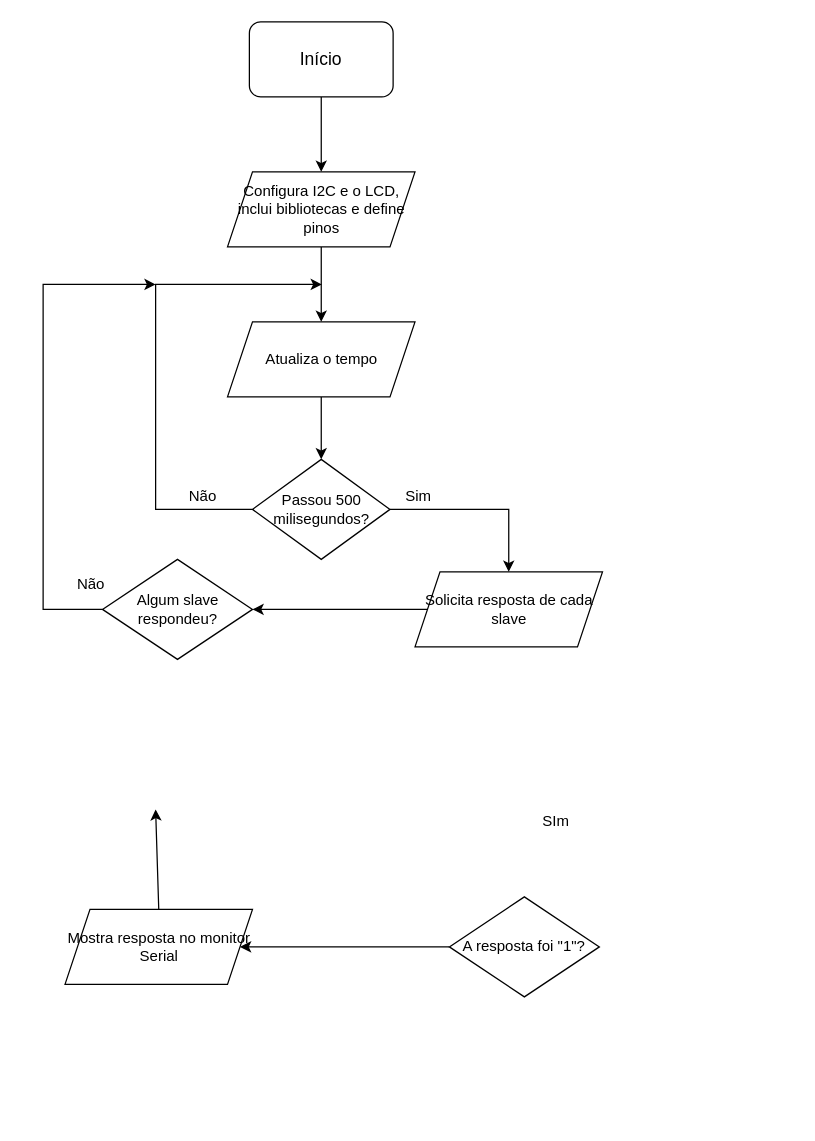
This is MASTERFluxogram.drawio from MDSBC/ESP32_Master_And_MultiplesSlaves, a draw.io file, before an edit. Source tidied: cells renumbered, new cells numbered last; positions are measured from the earlier drawing's top-left corner, leaving out a move shared by most shapes. Both pictures are drawn from the tidied source at 125%, with x=0, y=0 at pixel (42, 21).
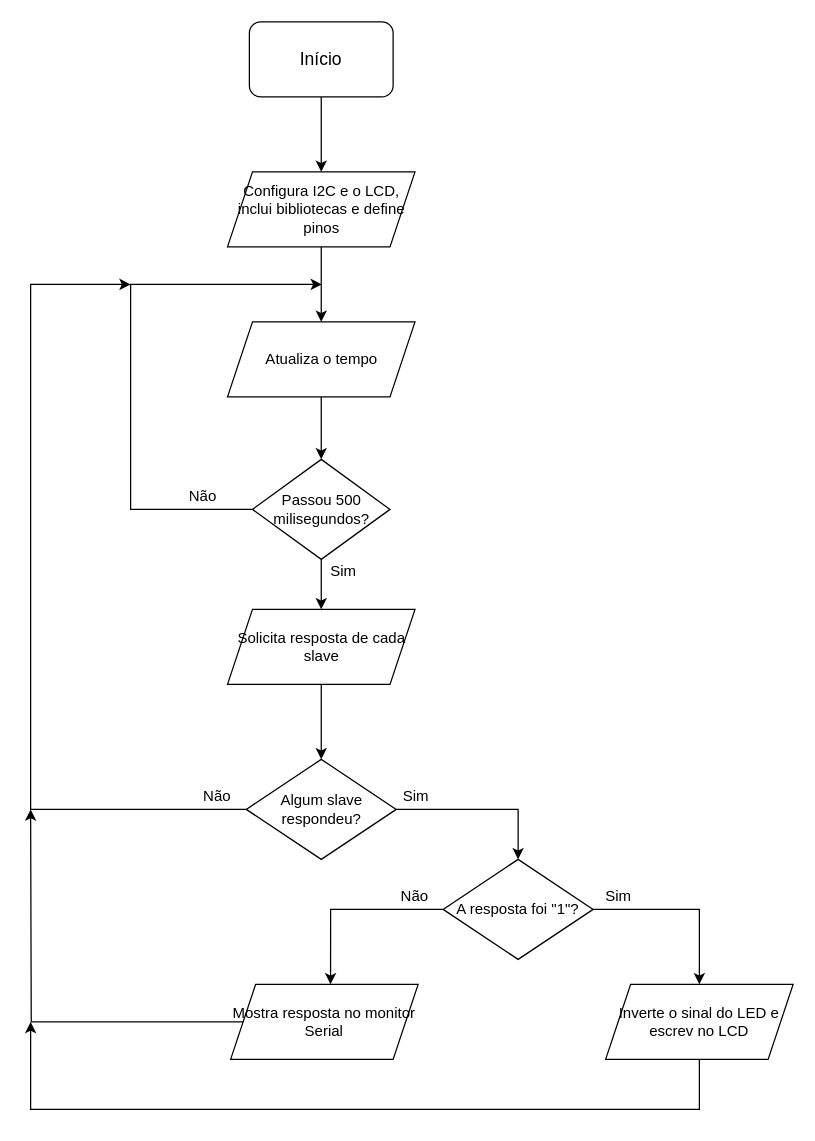
The same diagram, later.

Unchanged cells that the change refers to:
```xml
<mxCell id="8" value="Passou 500 milisegundos?" style="rhombus;whiteSpace=wrap;html=1;" parent="1" vertex="1">
  <mxGeometry x="167.5" y="350" width="110" height="80" as="geometry" />
</mxCell>
```

Change to the diagram source:
```diff
@@
     <mxCell id="6" style="edgeStyle=orthogonalEdgeStyle;rounded=0;jettySize=auto;html=1;" parent="1" edge="1" source="8">
       <mxGeometry relative="1" as="geometry">
         <mxPoint x="223" y="210" as="targetPoint" />
         <Array as="points">
-          <mxPoint x="90" y="390" />
-          <mxPoint x="90" y="210" />
+          <mxPoint x="70" y="390" />
+          <mxPoint x="70" y="210" />
         </Array>
       </mxGeometry>
     </mxCell>
@@
+    <mxCell id="23" style="edgeStyle=orthogonalEdgeStyle;rounded=0;jettySize=auto;html=1;entryX=0.5;entryY=0;entryDx=0;entryDy=0;" parent="1" edge="1" source="15" target="18">
+      <mxGeometry relative="1" as="geometry" />
+    </mxCell>
+    <mxCell id="24" style="edgeStyle=orthogonalEdgeStyle;rounded=0;jettySize=auto;html=1;" parent="1" edge="1" source="15">
+      <mxGeometry relative="1" as="geometry">
+        <mxPoint x="70" y="210" as="targetPoint" />
+        <Array as="points">
+          <mxPoint x="-10" y="630" />
+          <mxPoint x="-10" y="210" />
+        </Array>
+      </mxGeometry>
+    </mxCell>
+    <mxCell id="15" value="Algum slave respondeu?" style="rhombus;whiteSpace=wrap;html=1;" parent="1" vertex="1">
+      <mxGeometry x="162.5" y="590" width="120" height="80" as="geometry" />
+    </mxCell>
+    <mxCell id="17" style="edgeStyle=orthogonalEdgeStyle;rounded=0;jettySize=auto;html=1;entryX=0.533;entryY=0;entryDx=0;entryDy=0;entryPerimeter=0;" parent="1" edge="1" source="18" target="20">
+      <mxGeometry relative="1" as="geometry">
+        <Array as="points">
+          <mxPoint x="230" y="710" />
+        </Array>
+      </mxGeometry>
+    </mxCell>
+    <mxCell id="25" style="edgeStyle=orthogonalEdgeStyle;rounded=0;jettySize=auto;html=1;entryX=0.5;entryY=0;entryDx=0;entryDy=0;" parent="1" edge="1" source="18" target="28">
+      <mxGeometry relative="1" as="geometry" />
+    </mxCell>
+    <mxCell id="18" value="A resposta foi &quot;1&quot;?" style="rhombus;whiteSpace=wrap;html=1;" parent="1" vertex="1">
+      <mxGeometry x="320" y="670" width="120" height="80" as="geometry" />
+    </mxCell>
+    <mxCell id="26" style="edgeStyle=orthogonalEdgeStyle;rounded=0;jettySize=auto;html=1;" parent="1" edge="1" source="20">
+      <mxGeometry relative="1" as="geometry">
+        <mxPoint x="-10" y="630" as="targetPoint" />
+      </mxGeometry>
+    </mxCell>
+    <mxCell id="20" value="Mostra resposta no monitor Serial" style="shape=parallelogram;perimeter=parallelogramPerimeter;whiteSpace=wrap;html=1;fixedSize=1;" parent="1" vertex="1">
+      <mxGeometry x="150" y="770" width="150" height="60" as="geometry" />
+    </mxCell>
+    <mxCell id="22" value="Sim" style="text;html=1;align=center;verticalAlign=middle;strokeColor=none;fillColor=none;" parent="1" vertex="1">
+      <mxGeometry x="220" y="430" width="40" height="20" as="geometry" />
+    </mxCell>
-    <mxCell id="12" style="edgeStyle=orthogonalEdgeStyle;rounded=0;jettySize=auto;html=1;entryX=1;entryY=0.5;entryDx=0;entryDy=0;" parent="1" edge="1" source="13" target="15">
+    <mxCell id="12" style="edgeStyle=orthogonalEdgeStyle;rounded=0;jettySize=auto;html=1;entryX=0.5;entryY=0;entryDx=0;entryDy=0;" parent="1" edge="1" source="13" target="15">
       <mxGeometry relative="1" as="geometry" />
     </mxCell>
     <mxCell id="13" value="Solicita resposta de cada slave" style="shape=parallelogram;perimeter=parallelogramPerimeter;whiteSpace=wrap;html=1;fixedSize=1;" parent="1" vertex="1">
-      <mxGeometry x="297.5" y="440" width="150" height="60" as="geometry" />
+      <mxGeometry x="147.5" y="470" width="150" height="60" as="geometry" />
     </mxCell>
-    <mxCell id="14" style="edgeStyle=orthogonalEdgeStyle;rounded=0;jettySize=auto;html=1;" parent="1" edge="1" source="15">
-      <mxGeometry relative="1" as="geometry">
-        <mxPoint x="90" y="210" as="targetPoint" />
-        <Array as="points">
-          <mxPoint y="470" />
-          <mxPoint y="210" />
-        </Array>
-      </mxGeometry>
-    </mxCell>
-    <mxCell id="15" value="Algum slave respondeu?" style="rhombus;whiteSpace=wrap;html=1;" parent="1" vertex="1">
-      <mxGeometry x="47.5" y="430" width="120" height="80" as="geometry" />
-    </mxCell>
-    <mxCell id="16" value="Não" style="text;html=1;align=center;verticalAlign=middle;strokeColor=none;fillColor=none;" parent="1" vertex="1">
-      <mxGeometry x="17.5" y="440" width="40" height="20" as="geometry" />
-    </mxCell>
-    <mxCell id="17" style="edgeStyle=orthogonalEdgeStyle;rounded=0;jettySize=auto;html=1;entryX=1;entryY=0.5;entryDx=0;entryDy=0;" parent="1" edge="1" source="18" target="20">
-      <mxGeometry relative="1" as="geometry" />
-    </mxCell>
-    <mxCell id="18" value="A resposta foi &quot;1&quot;?" style="rhombus;whiteSpace=wrap;html=1;" parent="1" vertex="1">
-      <mxGeometry x="325" y="700" width="120" height="80" as="geometry" />
-    </mxCell>
-    <mxCell id="19" value="SIm" style="text;html=1;align=center;verticalAlign=middle;strokeColor=none;fillColor=none;" parent="1" vertex="1">
-      <mxGeometry x="390" y="630" width="40" height="20" as="geometry" />
-    </mxCell>
-    <mxCell id="20" value="Mostra resposta no monitor Serial" style="shape=parallelogram;perimeter=parallelogramPerimeter;whiteSpace=wrap;html=1;fixedSize=1;" parent="1" vertex="1">
-      <mxGeometry x="17.5" y="710" width="150" height="60" as="geometry" />
-    </mxCell>
-    <mxCell id="21" style="endArrow=classic;html=1;entryX=0.5;entryY=0;entryDx=0;entryDy=0;exitX=0.5;exitY=0;exitDx=0;exitDy=0;" parent="1" edge="1" source="20">
-      <mxGeometry relative="1" as="geometry">
-        <mxPoint x="90" y="630" as="targetPoint" />
-      </mxGeometry>
-    </mxCell>
-    <mxCell id="22" value="Sim" style="text;html=1;align=center;verticalAlign=middle;strokeColor=none;fillColor=none;" parent="1" vertex="1">
-      <mxGeometry x="280" y="370" width="40" height="20" as="geometry" />
-    </mxCell>
+    <mxCell id="27" style="edgeStyle=orthogonalEdgeStyle;rounded=0;jettySize=auto;html=1;" parent="1" edge="1" source="28">
+      <mxGeometry relative="1" as="geometry">
+        <mxPoint x="-10" y="800" as="targetPoint" />
+        <Array as="points">
+          <mxPoint x="525" y="870" />
+          <mxPoint x="-10" y="870" />
+        </Array>
+      </mxGeometry>
+    </mxCell>
+    <mxCell id="28" value="Inverte o sinal do LED e escrev no LCD" style="shape=parallelogram;perimeter=parallelogramPerimeter;whiteSpace=wrap;html=1;fixedSize=1;" parent="1" vertex="1">
+      <mxGeometry x="450" y="770" width="150" height="60" as="geometry" />
+    </mxCell>
+    <mxCell id="29" value="Sim" style="text;html=1;align=center;verticalAlign=middle;strokeColor=none;fillColor=none;" parent="1" vertex="1">
+      <mxGeometry x="277.5" y="610" width="40" height="20" as="geometry" />
+    </mxCell>
+    <mxCell id="30" value="Não" style="text;html=1;strokeColor=none;fillColor=none;align=center;verticalAlign=middle;whiteSpace=wrap;rounded=0;" parent="1" vertex="1">
+      <mxGeometry x="107.5" y="605" width="62.5" height="30" as="geometry" />
+    </mxCell>
+    <mxCell id="31" value="Sim" style="text;html=1;align=center;verticalAlign=middle;strokeColor=none;fillColor=none;" parent="1" vertex="1">
+      <mxGeometry x="440" y="690" width="40" height="20" as="geometry" />
+    </mxCell>
+    <mxCell id="32" value="Não" style="text;html=1;strokeColor=none;fillColor=none;align=center;verticalAlign=middle;whiteSpace=wrap;rounded=0;rotation=0;" parent="1" vertex="1">
+      <mxGeometry x="266.2" y="685" width="62.5" height="30" as="geometry" />
+    </mxCell>
```
